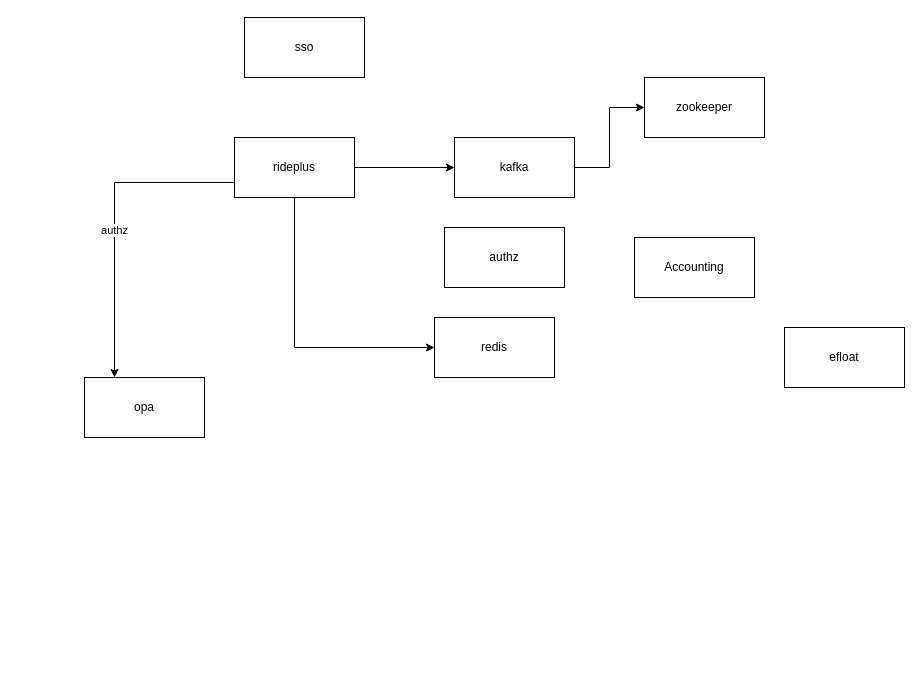
Before: rideplus.drawio in aminMuktar/sms-service-architecture, a draw.io diagram. Source tidied: cells renumbered, new cells numbered last; positions are measured from the earlier drawing's top-left corner, leaving out a move shared by most shapes. Both pictures are drawn from the tidied source at 100%, with x=0, y=0 at pixel (84, 17).
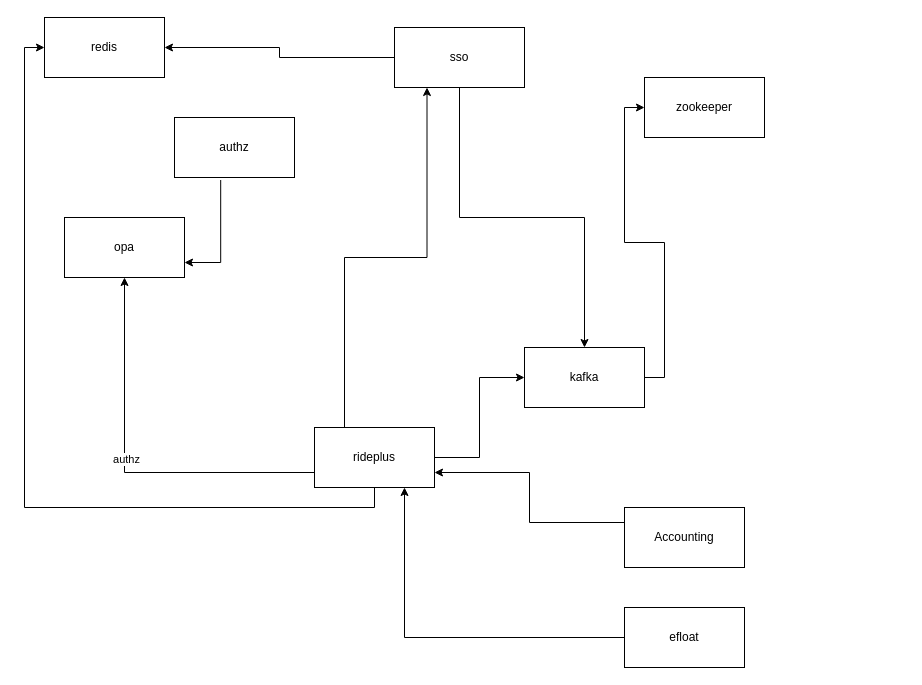
Above is the later version.

Change to the diagram source:
```diff
@@
+    <mxCell id="16" style="edgeStyle=orthogonalEdgeStyle;rounded=0;jettySize=auto;html=1;exitX=0.385;exitY=1.042;exitDx=0;exitDy=0;exitPerimeter=0;entryX=1;entryY=0.75;entryDx=0;entryDy=0;" parent="1" edge="1" source="15" target="2">
+      <mxGeometry relative="1" as="geometry" />
+    </mxCell>
     <mxCell id="2" value="&lt;div&gt;opa&lt;/div&gt;" style="rounded=0;whiteSpace=wrap;html=1;" parent="1" vertex="1">
-      <mxGeometry y="360" width="120" height="60" as="geometry" />
+      <mxGeometry x="-20" y="200" width="120" height="60" as="geometry" />
     </mxCell>
@@
     <mxCell id="4" value="kafka" style="rounded=0;whiteSpace=wrap;html=1;" parent="1" vertex="1">
-      <mxGeometry x="370" y="120" width="120" height="60" as="geometry" />
+      <mxGeometry x="440" y="330" width="120" height="60" as="geometry" />
     </mxCell>
@@
-    <mxCell id="7" style="edgeStyle=orthogonalEdgeStyle;rounded=0;jettySize=auto;html=1;exitX=0;exitY=0.75;exitDx=0;exitDy=0;entryX=0.25;entryY=0;entryDx=0;entryDy=0;" parent="1" edge="1" source="9" target="2">
+    <mxCell id="7" style="edgeStyle=orthogonalEdgeStyle;rounded=0;jettySize=auto;html=1;exitX=0;exitY=0.75;exitDx=0;exitDy=0;entryX=0.5;entryY=1;entryDx=0;entryDy=0;" parent="1" edge="1" source="9" target="2">
       <mxGeometry relative="1" as="geometry" />
     </mxCell>
@@
+    <mxCell id="17" style="edgeStyle=orthogonalEdgeStyle;rounded=0;jettySize=auto;html=1;exitX=0.25;exitY=0;exitDx=0;exitDy=0;entryX=0.25;entryY=1;entryDx=0;entryDy=0;" parent="1" edge="1" source="9" target="12">
+      <mxGeometry relative="1" as="geometry" />
+    </mxCell>
     <mxCell id="9" value="rideplus" style="rounded=0;whiteSpace=wrap;html=1;" parent="1" vertex="1">
-      <mxGeometry x="150" y="120" width="120" height="60" as="geometry" />
+      <mxGeometry x="230" y="410" width="120" height="60" as="geometry" />
     </mxCell>
@@
     <mxCell id="11" value="redis" style="rounded=0;whiteSpace=wrap;html=1;" parent="1" vertex="1">
-      <mxGeometry x="350" y="300" width="120" height="60" as="geometry" />
+      <mxGeometry x="-40" width="120" height="60" as="geometry" />
     </mxCell>
+    <mxCell id="18" style="edgeStyle=orthogonalEdgeStyle;rounded=0;jettySize=auto;html=1;" parent="1" edge="1" source="12" target="4">
+      <mxGeometry relative="1" as="geometry" />
+    </mxCell>
+    <mxCell id="19" style="edgeStyle=orthogonalEdgeStyle;rounded=0;jettySize=auto;html=1;exitX=0;exitY=0.5;exitDx=0;exitDy=0;entryX=1;entryY=0.5;entryDx=0;entryDy=0;" parent="1" edge="1" source="12" target="11">
+      <mxGeometry relative="1" as="geometry" />
+    </mxCell>
     <mxCell id="12" value="sso" style="rounded=0;whiteSpace=wrap;html=1;" parent="1" vertex="1">
-      <mxGeometry x="160" width="120" height="60" as="geometry" />
+      <mxGeometry x="310" y="10" width="130" height="60" as="geometry" />
     </mxCell>
+    <mxCell id="20" style="edgeStyle=orthogonalEdgeStyle;rounded=0;jettySize=auto;html=1;exitX=0;exitY=0.25;exitDx=0;exitDy=0;entryX=1;entryY=0.75;entryDx=0;entryDy=0;" parent="1" edge="1" source="13" target="9">
+      <mxGeometry relative="1" as="geometry" />
+    </mxCell>
     <mxCell id="13" value="&lt;div&gt;Accounting&lt;/div&gt;" style="rounded=0;whiteSpace=wrap;html=1;" parent="1" vertex="1">
-      <mxGeometry x="550" y="220" width="120" height="60" as="geometry" />
+      <mxGeometry x="540" y="490" width="120" height="60" as="geometry" />
     </mxCell>
+    <mxCell id="21" style="edgeStyle=orthogonalEdgeStyle;rounded=0;jettySize=auto;html=1;exitX=0;exitY=0.5;exitDx=0;exitDy=0;entryX=0.75;entryY=1;entryDx=0;entryDy=0;" parent="1" edge="1" source="14" target="9">
+      <mxGeometry relative="1" as="geometry" />
+    </mxCell>
     <mxCell id="14" value="efloat" style="rounded=0;whiteSpace=wrap;html=1;" parent="1" vertex="1">
-      <mxGeometry x="700" y="310" width="120" height="60" as="geometry" />
+      <mxGeometry x="540" y="590" width="120" height="60" as="geometry" />
     </mxCell>
     <mxCell id="15" value="authz" style="rounded=0;whiteSpace=wrap;html=1;" parent="1" vertex="1">
-      <mxGeometry x="360" y="210" width="120" height="60" as="geometry" />
+      <mxGeometry x="90" y="100" width="120" height="60" as="geometry" />
     </mxCell>
```
